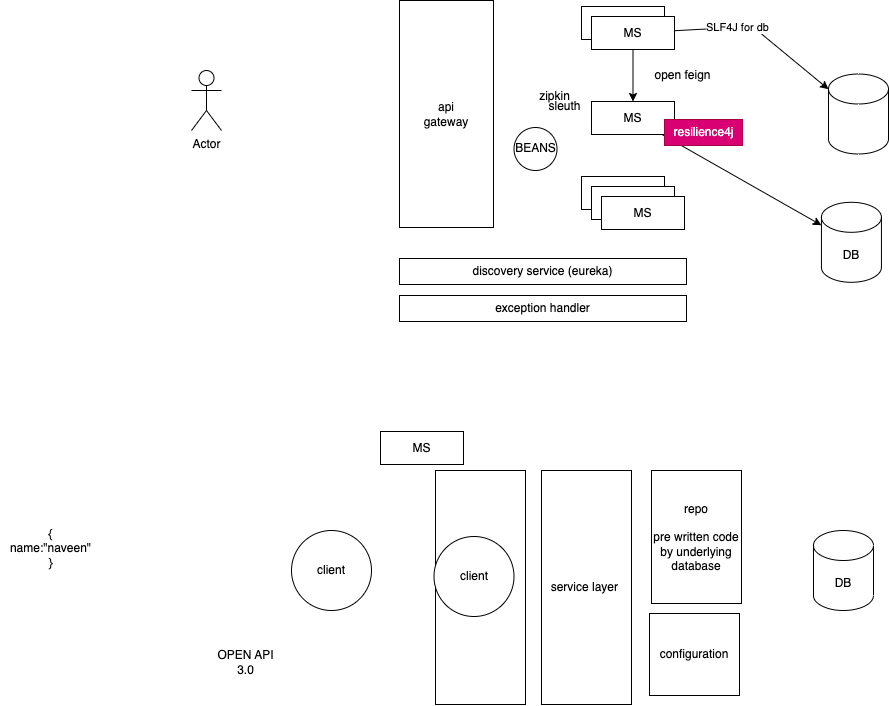
This is images/day13.drawio.png from adithnaveen/sapient-asde-mar-2024, a draw.io export, as it was before one commit. Source tidied: cells renumbered, new cells last; positions are measured from the earlier drawing's top-left corner, leaving out a move shared by most shapes.
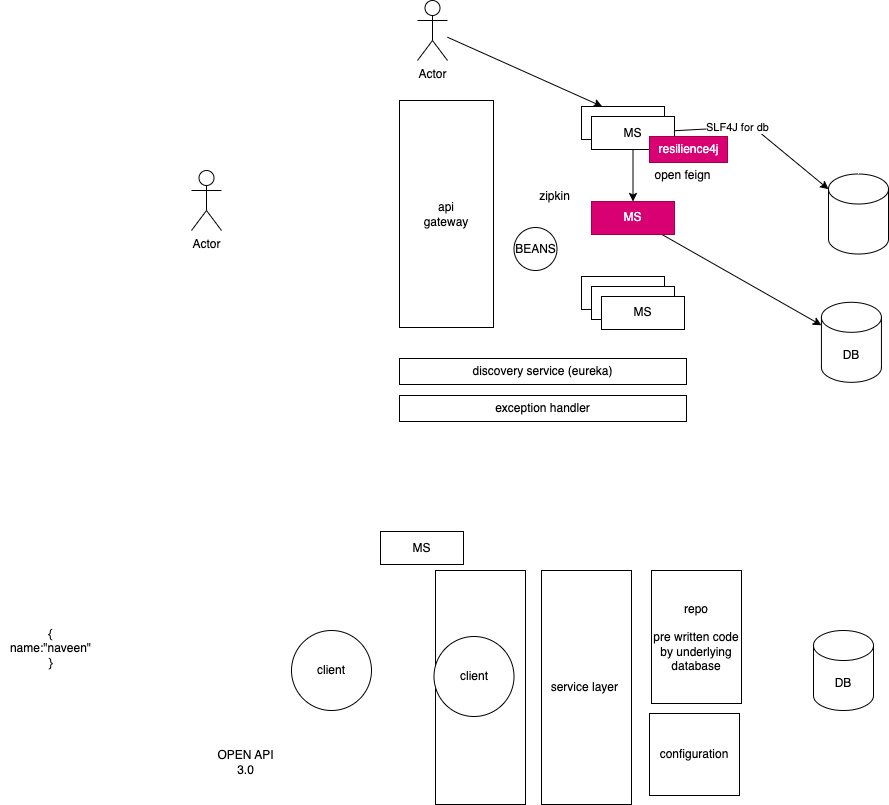
Above is the later version.

Change to the diagram source:
```diff
@@ -8,7 +8,7 @@
     <mxCell id="3" style="edgeStyle=none;html=1;" parent="1" edge="1" source="4" target="20">
       <mxGeometry relative="1" as="geometry" />
     </mxCell>
-    <mxCell id="4" value="MS" style="rounded=0;whiteSpace=wrap;html=1;fillColor=default;" parent="1" vertex="1">
+    <mxCell id="4" value="MS" style="rounded=0;whiteSpace=wrap;html=1;fillColor=#d80073;fontColor=#ffffff;strokeColor=#A50040;" parent="1" vertex="1">
       <mxGeometry x="591" y="101" width="83" height="33" as="geometry" />
     </mxCell>
     <mxCell id="5" value="MS" style="rounded=0;whiteSpace=wrap;html=1;fillColor=default;" parent="1" vertex="1">
@@ -49,14 +49,11 @@
       <mxGeometry x="645" y="62" width="74" height="26" as="geometry" />
     </mxCell>
     <mxCell id="16" value="resilience4j" style="text;html=1;align=center;verticalAlign=middle;strokeColor=#A50040;fillColor=#d80073;fontColor=#ffffff;" parent="1" vertex="1">
-      <mxGeometry x="664" y="119" width="78" height="26" as="geometry" />
+      <mxGeometry x="649" y="36" width="78" height="26" as="geometry" />
     </mxCell>
     <mxCell id="17" value="zipkin" style="text;html=1;align=center;verticalAlign=middle;strokeColor=none;fillColor=none;" parent="1" vertex="1">
       <mxGeometry x="529" y="83" width="49" height="26" as="geometry" />
     </mxCell>
-    <mxCell id="18" value="sleuth" style="text;html=1;align=center;verticalAlign=middle;strokeColor=none;fillColor=none;" parent="1" vertex="1">
-      <mxGeometry x="539" y="93" width="50" height="26" as="geometry" />
-    </mxCell>
     <mxCell id="19" style="shape=cylinder3;whiteSpace=wrap;html=1;boundedLbl=1;backgroundOutline=1;size=15;fillColor=default;" parent="1" vertex="1">
       <mxGeometry x="828" y="73.5" width="60" height="80" as="geometry" />
     </mxCell>
@@ -99,5 +96,11 @@
     <mxCell id="32" value="client" style="ellipse;whiteSpace=wrap;html=1;" parent="1" vertex="1">
       <mxGeometry x="433.5" y="536" width="80" height="80" as="geometry" />
     </mxCell>
+    <mxCell id="33" style="edgeStyle=none;html=1;entryX=0.25;entryY=0;entryDx=0;entryDy=0;" parent="1" edge="1" source="34" target="2">
+      <mxGeometry relative="1" as="geometry" />
+    </mxCell>
+    <mxCell id="34" value="Actor" style="shape=umlActor;verticalLabelPosition=bottom;verticalAlign=top;html=1;outlineConnect=0;" parent="1" vertex="1">
+      <mxGeometry x="417" y="-100" width="30" height="60" as="geometry" />
+    </mxCell>
   </root>
 </mxGraphModel>
```
